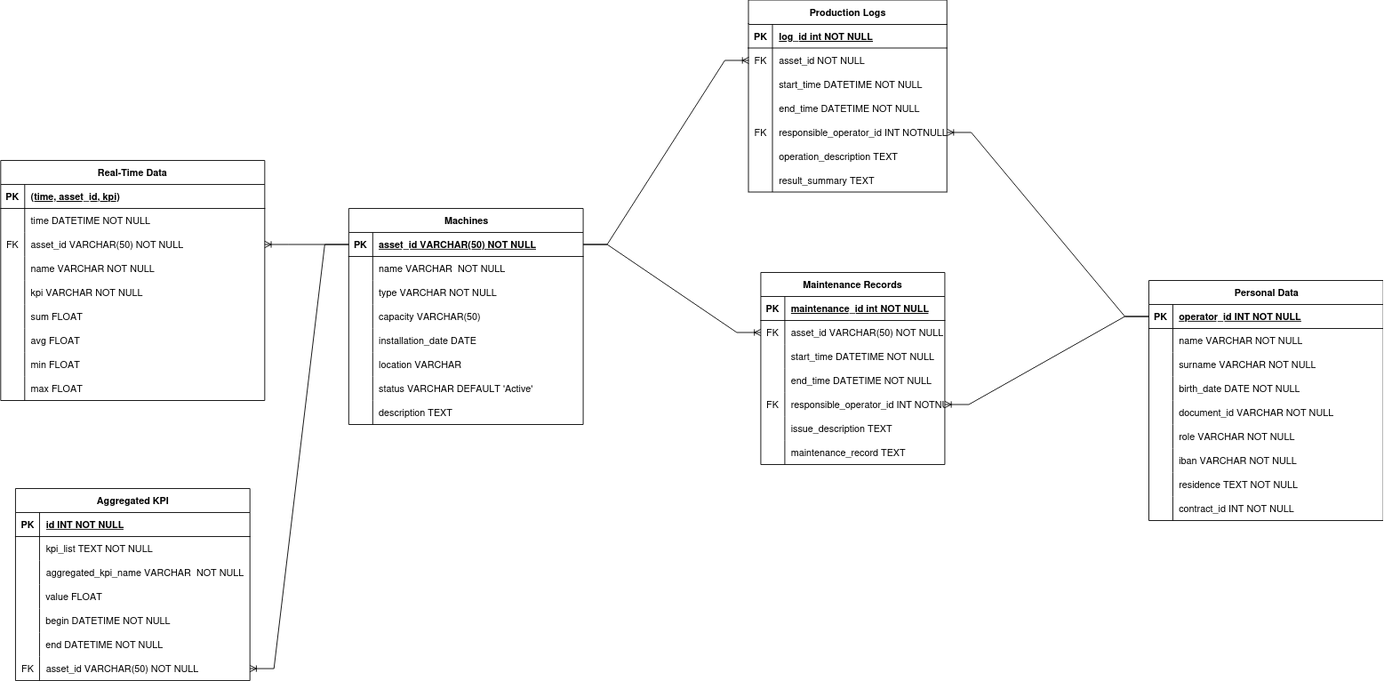
Earlier version of the draw.io export images/er_schema.png (M4rinz/MyFork-smart-industrial-database). Source tidied: cells renumbered, new cells last; positions are measured from the earlier drawing's top-left corner, leaving out a move shared by most shapes.
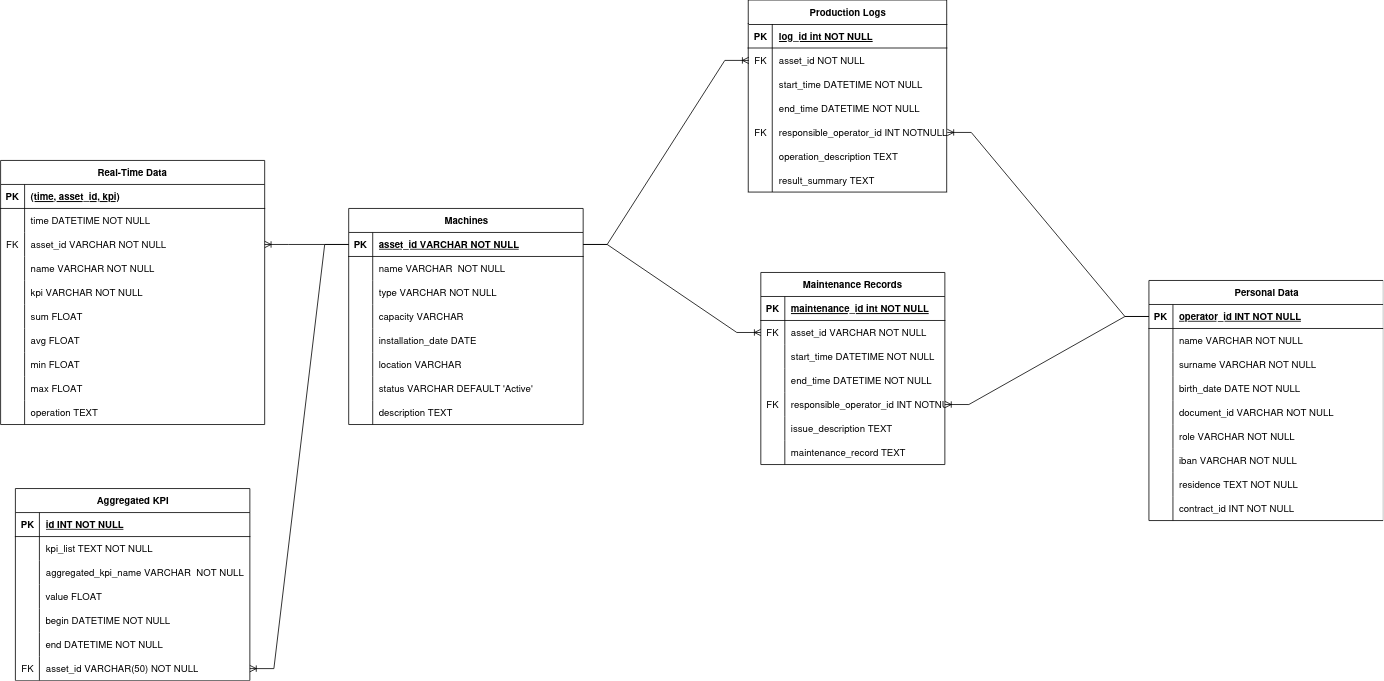
The same diagram one commit later.

Diff of the diagram source:
```diff
@@ -86,7 +86,7 @@
     <mxCell id="29" value="FK" style="shape=partialRectangle;fillColor=none;top=0;left=0;bottom=0;right=0;overflow=hidden;" parent="28" vertex="1">
       <mxGeometry width="30" height="30" as="geometry" />
     </mxCell>
-    <mxCell id="30" value="asset_id VARCHAR(50) NOT NULL" style="shape=partialRectangle;fillColor=none;top=0;left=0;bottom=0;right=0;align=left;spacingLeft=6;overflow=hidden;" parent="28" vertex="1">
+    <mxCell id="30" value="asset_id VARCHAR NOT NULL" style="shape=partialRectangle;fillColor=none;top=0;left=0;bottom=0;right=0;align=left;spacingLeft=6;overflow=hidden;" parent="28" vertex="1">
       <mxGeometry x="30" width="200" height="30" as="geometry" />
     </mxCell>
     <mxCell id="31" style="shape=tableRow;horizontal=0;startSize=0;swimlaneHead=0;swimlaneBody=0;fillColor=none;top=0;left=0;right=0;bottom=0;" parent="24" vertex="1">
@@ -293,7 +293,7 @@
     <mxCell id="98" value="PK" style="shape=partialRectangle;fillColor=none;top=0;left=0;bottom=0;right=0;fontStyle=1;overflow=hidden;whiteSpace=wrap;html=1;" parent="97" vertex="1">
       <mxGeometry width="30" height="30" as="geometry" />
     </mxCell>
-    <mxCell id="99" value="asset_id VARCHAR(50) NOT NULL" style="shape=partialRectangle;fillColor=none;top=0;left=0;bottom=0;right=0;align=left;spacingLeft=6;fontStyle=5;overflow=hidden;whiteSpace=wrap;html=1;" parent="97" vertex="1">
+    <mxCell id="99" value="asset_id VARCHAR NOT NULL" style="shape=partialRectangle;fillColor=none;top=0;left=0;bottom=0;right=0;align=left;spacingLeft=6;fontStyle=5;overflow=hidden;whiteSpace=wrap;html=1;" parent="97" vertex="1">
       <mxGeometry x="30" width="263" height="30" as="geometry" />
     </mxCell>
     <mxCell id="100" style="shape=tableRow;horizontal=0;startSize=0;swimlaneHead=0;swimlaneBody=0;fillColor=none;top=0;left=0;right=0;bottom=0;" parent="96" vertex="1">
@@ -320,7 +320,7 @@
     <mxCell id="107" style="shape=partialRectangle;fillColor=none;top=0;left=0;bottom=0;right=0;overflow=hidden;" parent="106" vertex="1">
       <mxGeometry width="30" height="30" as="geometry" />
     </mxCell>
-    <mxCell id="108" value="    capacity VARCHAR(50)" style="shape=partialRectangle;fillColor=none;top=0;left=0;bottom=0;right=0;align=left;spacingLeft=6;overflow=hidden;" parent="106" vertex="1">
+    <mxCell id="108" value="    capacity VARCHAR" style="shape=partialRectangle;fillColor=none;top=0;left=0;bottom=0;right=0;align=left;spacingLeft=6;overflow=hidden;" parent="106" vertex="1">
       <mxGeometry x="30" width="263" height="30" as="geometry" />
     </mxCell>
     <mxCell id="109" style="shape=tableRow;horizontal=0;startSize=0;swimlaneHead=0;swimlaneBody=0;fillColor=none;top=0;left=0;right=0;bottom=0;" parent="96" vertex="1">
@@ -384,7 +384,7 @@
       <mxGeometry x="425" y="790" width="250" height="30" as="geometry" />
     </mxCell>
     <mxCell id="127" value="Real-Time Data " style="shape=table;startSize=30;rowLines=0;fontStyle=1;align=center;" parent="1" vertex="1">
-      <mxGeometry y="200" width="330" height="300" as="geometry" />
+      <mxGeometry y="200" width="330" height="330" as="geometry" />
     </mxCell>
     <mxCell id="128" style="shape=partialRectangle;fillColor=none;top=0;left=0;right=0;bottom=1;" parent="127" vertex="1">
       <mxGeometry y="30" width="330" height="30" as="geometry" />
@@ -410,7 +410,7 @@
     <mxCell id="135" value="FK" style="shape=partialRectangle;fillColor=none;top=0;left=0;bottom=0;right=0;overflow=hidden;" parent="134" vertex="1">
       <mxGeometry width="30" height="30" as="geometry" />
     </mxCell>
-    <mxCell id="136" value="asset_id VARCHAR(50) NOT NULL" style="shape=partialRectangle;fillColor=none;top=0;left=0;bottom=0;right=0;align=left;spacingLeft=6;overflow=hidden;" parent="134" vertex="1">
+    <mxCell id="136" value="asset_id VARCHAR NOT NULL" style="shape=partialRectangle;fillColor=none;top=0;left=0;bottom=0;right=0;align=left;spacingLeft=6;overflow=hidden;" parent="134" vertex="1">
       <mxGeometry x="30" width="300" height="30" as="geometry" />
     </mxCell>
     <mxCell id="137" style="shape=tableRow;horizontal=0;startSize=0;swimlaneHead=0;swimlaneBody=0;fillColor=none;top=0;left=0;right=0;bottom=0;" parent="127" vertex="1">
@@ -467,6 +467,15 @@
     <mxCell id="154" value="max FLOAT" style="shape=partialRectangle;fillColor=none;top=0;left=0;bottom=0;right=0;align=left;spacingLeft=6;overflow=hidden;" parent="152" vertex="1">
       <mxGeometry x="30" width="300" height="30" as="geometry" />
     </mxCell>
+    <mxCell id="156" style="shape=tableRow;horizontal=0;startSize=0;swimlaneHead=0;swimlaneBody=0;fillColor=none;top=0;left=0;right=0;bottom=0;" parent="127" vertex="1">
+      <mxGeometry y="300" width="330" height="30" as="geometry" />
+    </mxCell>
+    <mxCell id="157" style="shape=partialRectangle;fillColor=none;top=0;left=0;bottom=0;right=0;overflow=hidden;" parent="156" vertex="1">
+      <mxGeometry width="30" height="30" as="geometry" />
+    </mxCell>
+    <mxCell id="158" value="operation TEXT" style="shape=partialRectangle;fillColor=none;top=0;left=0;bottom=0;right=0;align=left;spacingLeft=6;overflow=hidden;" parent="156" vertex="1">
+      <mxGeometry x="30" width="300" height="30" as="geometry" />
+    </mxCell>
     <mxCell id="155" style="edgeStyle=entityRelationEdgeStyle;fontSize=12;html=1;endArrow=ERoneToMany;rounded=0;exitX=1;exitY=0.5;exitDx=0;exitDy=0;entryX=0;entryY=0.5;entryDx=0;entryDy=0;" parent="1" edge="1" source="97" target="6">
       <mxGeometry relative="1" as="geometry">
         <Array as="points">
```
